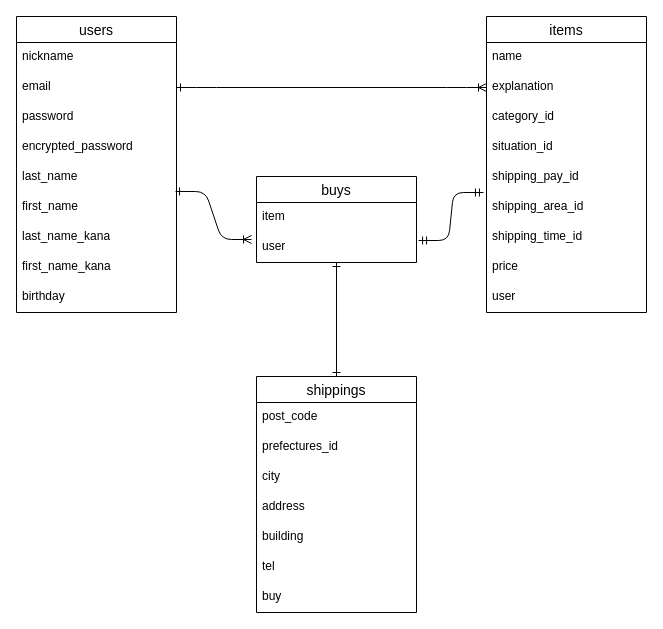
Earlier version of the draw.io diagram dbER.dio (sizuki480/furima-40568). Source tidied: cells renumbered, new cells numbered last; positions are measured from the earlier drawing's top-left corner, leaving out a move shared by most shapes. Both pictures are drawn from the tidied source at 100%, with x=0, y=0 at pixel (16, 16).
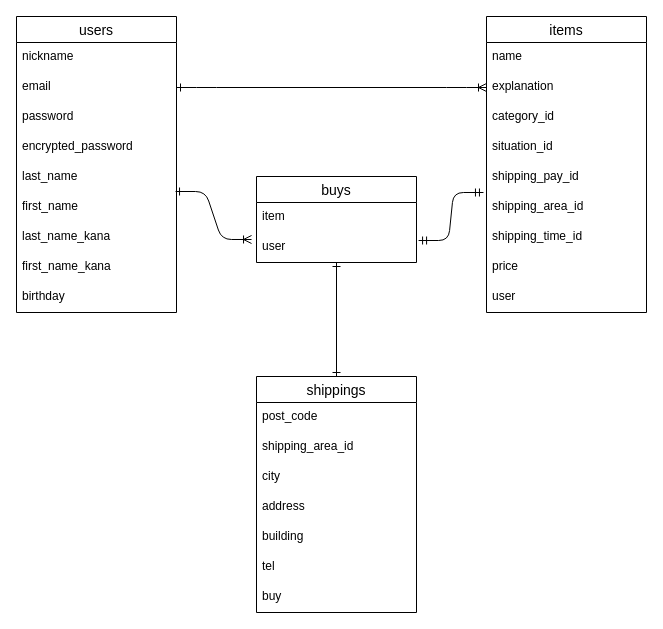
The same diagram, later.

Commit message (it also covers changes not shown here):
データベース設計修正２

Unchanged cells that the change refers to:
```xml
<mxCell id="28" value="shippings" style="swimlane;fontStyle=0;horizontal=1;startSize=26;align=center;fontSize=14;" parent="1" vertex="1">
  <mxGeometry x="240" y="360" width="160" height="236" as="geometry" />
</mxCell>
```

The edit, as a diff of the source:
```diff
@@
-    <mxCell id="30" value="prefectures_id" style="text;strokeColor=none;fillColor=none;spacingLeft=4;spacingRight=4;overflow=hidden;fontSize=12;" parent="28" vertex="1">
+    <mxCell id="30" value="shipping_area_id" style="text;strokeColor=none;fillColor=none;spacingLeft=4;spacingRight=4;overflow=hidden;fontSize=12;" parent="28" vertex="1">
       <mxGeometry y="56" width="160" height="30" as="geometry" />
     </mxCell>
```
